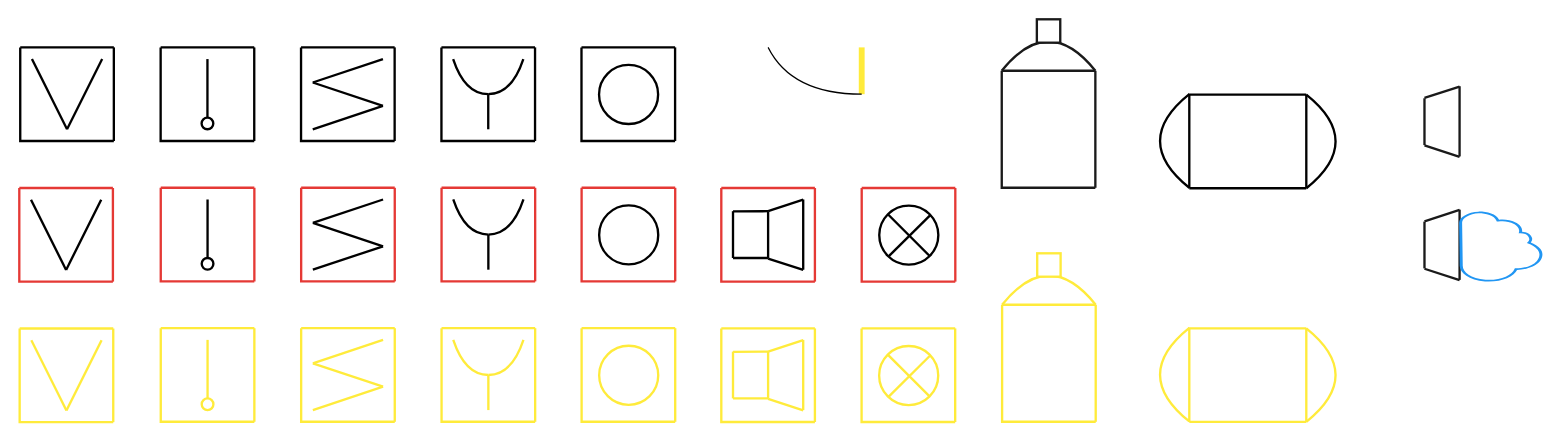
This is Диаграмма без названия.drawio from dashkova/datagrams, a draw.io file, before an edit. Source tidied: cells renumbered, new cells numbered last; positions are measured from the earlier drawing's top-left corner, leaving out a move shared by most shapes. Both pictures are drawn from the tidied source at 117%, with x=0, y=0 at pixel (19, 12).
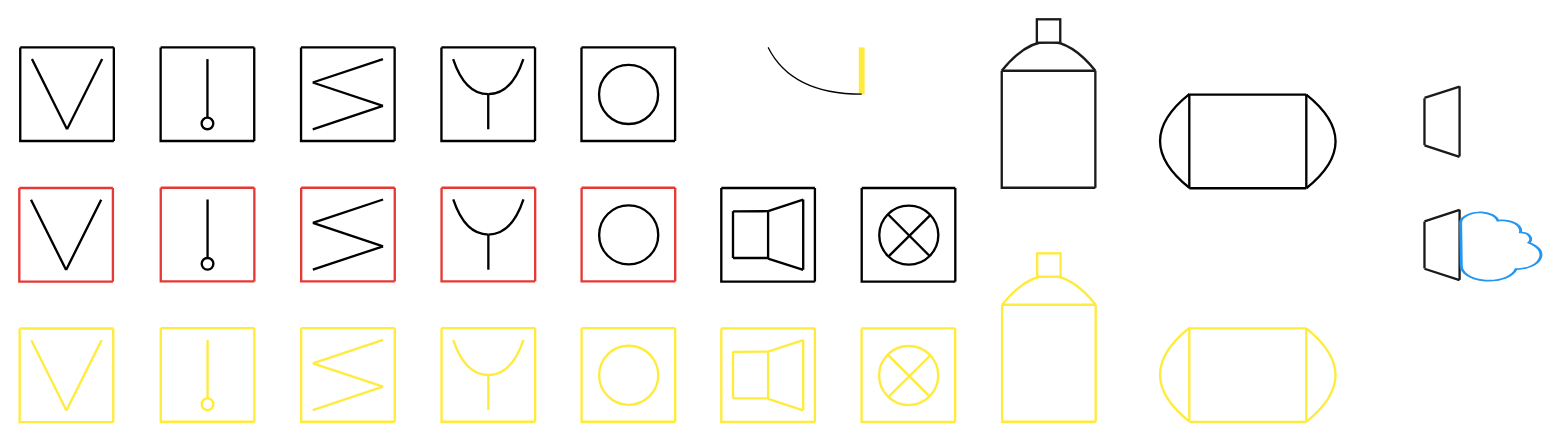
Above is the later version.

What changed in the source:
```diff
@@
-    <mxCell id="30" style="endArrow=none;html=1;rounded=0;fontSize=12;startSize=8;endSize=8;curved=1;strokeWidth=2;strokeColor=#E53935;" parent="1" edge="1">
+    <mxCell id="30" style="endArrow=none;html=1;rounded=0;fontSize=12;startSize=8;endSize=8;curved=1;strokeWidth=2;strokeColor=#000000;" parent="1" edge="1">
       <mxGeometry relative="1" as="geometry">
         <mxPoint x="600" y="150.2" as="sourcePoint" />
         <mxPoint x="680" y="150.2" as="targetPoint" />
       </mxGeometry>
     </mxCell>
-    <mxCell id="31" style="endArrow=none;html=1;rounded=0;fontSize=12;startSize=8;endSize=8;curved=1;strokeWidth=2;strokeColor=#E53935;" parent="1" edge="1">
+    <mxCell id="31" style="endArrow=none;html=1;rounded=0;fontSize=12;startSize=8;endSize=8;curved=1;strokeWidth=2;strokeColor=#000000;" parent="1" edge="1">
       <mxGeometry relative="1" as="geometry">
         <mxPoint x="680" y="230.2" as="sourcePoint" />
         <mxPoint x="680" y="150.2" as="targetPoint" />
       </mxGeometry>
     </mxCell>
-    <mxCell id="32" style="endArrow=none;html=1;rounded=0;fontSize=12;startSize=8;endSize=8;strokeWidth=2;strokeColor=#E53935;" parent="1" edge="1">
+    <mxCell id="32" style="endArrow=none;html=1;rounded=0;fontSize=12;startSize=8;endSize=8;strokeWidth=2;strokeColor=#000000;" parent="1" edge="1">
       <mxGeometry relative="1" as="geometry">
         <mxPoint x="600" y="150.2" as="sourcePoint" />
         <mxPoint x="680" y="230.2" as="targetPoint" />
         <Array as="points">
           <mxPoint x="600" y="230.2" />
         </Array>
       </mxGeometry>
     </mxCell>
-    <mxCell id="33" style="endArrow=none;html=1;rounded=0;fontSize=12;startSize=8;endSize=8;curved=1;strokeWidth=2;" parent="1" edge="1">
+    <mxCell id="33" style="endArrow=none;html=1;rounded=0;fontSize=12;startSize=8;endSize=8;curved=1;strokeWidth=2;strokeColor=#000000;" parent="1" edge="1">
       <mxGeometry relative="1" as="geometry">
         <mxPoint x="610" y="210" as="sourcePoint" />
         <mxPoint x="610" y="170" as="targetPoint" />
       </mxGeometry>
     </mxCell>
-    <mxCell id="34" style="endArrow=none;html=1;rounded=0;fontSize=12;startSize=8;endSize=8;curved=1;strokeWidth=2;" parent="1" edge="1">
+    <mxCell id="34" style="endArrow=none;html=1;rounded=0;fontSize=12;startSize=8;endSize=8;curved=1;strokeWidth=2;strokeColor=#000000;" parent="1" edge="1">
       <mxGeometry relative="1" as="geometry">
         <mxPoint x="640" y="170" as="sourcePoint" />
         <mxPoint x="670" y="160.2" as="targetPoint" />
       </mxGeometry>
     </mxCell>
-    <mxCell id="35" style="endArrow=none;html=1;rounded=0;fontSize=12;startSize=8;endSize=8;curved=1;strokeWidth=2;" parent="1" edge="1">
+    <mxCell id="35" style="endArrow=none;html=1;rounded=0;fontSize=12;startSize=8;endSize=8;curved=1;strokeWidth=2;strokeColor=#000000;" parent="1" edge="1">
       <mxGeometry relative="1" as="geometry">
         <mxPoint x="640" y="170" as="sourcePoint" />
         <mxPoint x="610" y="170.2" as="targetPoint" />
       </mxGeometry>
     </mxCell>
-    <mxCell id="36" style="endArrow=none;html=1;rounded=0;fontSize=12;startSize=8;endSize=8;curved=1;strokeWidth=2;" parent="1" edge="1">
+    <mxCell id="36" style="endArrow=none;html=1;rounded=0;fontSize=12;startSize=8;endSize=8;curved=1;strokeWidth=2;strokeColor=#000000;" parent="1" edge="1">
       <mxGeometry relative="1" as="geometry">
         <mxPoint x="640" y="210" as="sourcePoint" />
         <mxPoint x="610" y="210" as="targetPoint" />
       </mxGeometry>
     </mxCell>
-    <mxCell id="37" style="endArrow=none;html=1;rounded=0;fontSize=12;startSize=8;endSize=8;curved=1;strokeWidth=2;" parent="1" edge="1">
+    <mxCell id="37" style="endArrow=none;html=1;rounded=0;fontSize=12;startSize=8;endSize=8;curved=1;strokeWidth=2;strokeColor=#000000;" parent="1" edge="1">
       <mxGeometry relative="1" as="geometry">
         <mxPoint x="640" y="210.2" as="sourcePoint" />
         <mxPoint x="640" y="170.2" as="targetPoint" />
       </mxGeometry>
     </mxCell>
-    <mxCell id="38" style="endArrow=none;html=1;rounded=0;fontSize=12;startSize=8;endSize=8;curved=1;strokeWidth=2;" parent="1" edge="1">
+    <mxCell id="38" style="endArrow=none;html=1;rounded=0;fontSize=12;startSize=8;endSize=8;curved=1;strokeWidth=2;strokeColor=#000000;" parent="1" edge="1">
       <mxGeometry relative="1" as="geometry">
         <mxPoint x="640" y="210.5" as="sourcePoint" />
         <mxPoint x="670" y="220.2" as="targetPoint" />
       </mxGeometry>
     </mxCell>
-    <mxCell id="39" style="endArrow=none;html=1;rounded=0;fontSize=12;startSize=8;endSize=8;curved=1;strokeWidth=2;" parent="1" edge="1">
+    <mxCell id="39" style="endArrow=none;html=1;rounded=0;fontSize=12;startSize=8;endSize=8;curved=1;strokeWidth=2;strokeColor=#000000;" parent="1" edge="1">
       <mxGeometry relative="1" as="geometry">
         <mxPoint x="670" y="220" as="sourcePoint" />
         <mxPoint x="670" y="160" as="targetPoint" />
       </mxGeometry>
     </mxCell>
-    <mxCell id="40" style="endArrow=none;html=1;rounded=0;fontSize=12;startSize=8;endSize=8;curved=1;strokeWidth=2;strokeColor=#E53935;" parent="1" edge="1">
+    <mxCell id="40" style="endArrow=none;html=1;rounded=0;fontSize=12;startSize=8;endSize=8;curved=1;strokeWidth=2;strokeColor=#000000;" parent="1" edge="1">
       <mxGeometry relative="1" as="geometry">
         <mxPoint x="720" y="150.2" as="sourcePoint" />
         <mxPoint x="800" y="150.2" as="targetPoint" />
       </mxGeometry>
     </mxCell>
-    <mxCell id="41" style="endArrow=none;html=1;rounded=0;fontSize=12;startSize=8;endSize=8;curved=1;strokeWidth=2;strokeColor=#E53935;" parent="1" edge="1">
+    <mxCell id="41" style="endArrow=none;html=1;rounded=0;fontSize=12;startSize=8;endSize=8;curved=1;strokeWidth=2;strokeColor=#000000;" parent="1" edge="1">
       <mxGeometry relative="1" as="geometry">
         <mxPoint x="800" y="230.2" as="sourcePoint" />
         <mxPoint x="800" y="150.2" as="targetPoint" />
       </mxGeometry>
     </mxCell>
-    <mxCell id="42" style="endArrow=none;html=1;rounded=0;fontSize=12;startSize=8;endSize=8;strokeWidth=2;strokeColor=#E53935;" parent="1" edge="1">
+    <mxCell id="42" style="endArrow=none;html=1;rounded=0;fontSize=12;startSize=8;endSize=8;strokeWidth=2;strokeColor=#000000;" parent="1" edge="1">
       <mxGeometry relative="1" as="geometry">
         <mxPoint x="720" y="150.2" as="sourcePoint" />
         <mxPoint x="800" y="230.2" as="targetPoint" />
         <Array as="points">
           <mxPoint x="720" y="230.2" />
         </Array>
       </mxGeometry>
     </mxCell>
-    <mxCell id="43" style="ellipse;whiteSpace=wrap;html=1;fontSize=16;strokeWidth=2;" parent="1" vertex="1">
+    <mxCell id="43" style="ellipse;whiteSpace=wrap;html=1;fontSize=16;strokeWidth=2;strokeColor=#000000;" parent="1" vertex="1">
       <mxGeometry x="735" y="165.2" width="50.5" height="50.5" as="geometry" />
     </mxCell>
-    <mxCell id="44" style="endArrow=none;html=1;rounded=0;fontSize=12;startSize=8;endSize=8;curved=1;entryX=0;entryY=0;entryDx=0;entryDy=0;exitX=1;exitY=1;exitDx=0;exitDy=0;strokeWidth=2;" parent="1" edge="1" source="43" target="43">
+    <mxCell id="44" style="endArrow=none;html=1;rounded=0;fontSize=12;startSize=8;endSize=8;curved=1;entryX=0;entryY=0;entryDx=0;entryDy=0;exitX=1;exitY=1;exitDx=0;exitDy=0;strokeWidth=2;strokeColor=#000000;" parent="1" edge="1" source="43" target="43">
       <mxGeometry relative="1" as="geometry" />
     </mxCell>
-    <mxCell id="45" style="endArrow=none;html=1;rounded=0;fontSize=12;startSize=8;endSize=8;curved=1;entryX=0.158;entryY=0.861;entryDx=0;entryDy=0;exitX=0.864;exitY=0.161;exitDx=0;exitDy=0;exitPerimeter=0;entryPerimeter=0;strokeWidth=2;" parent="1" edge="1" source="43" target="43">
+    <mxCell id="45" style="endArrow=none;html=1;rounded=0;fontSize=12;startSize=8;endSize=8;curved=1;entryX=0.158;entryY=0.861;entryDx=0;entryDy=0;exitX=0.864;exitY=0.161;exitDx=0;exitDy=0;exitPerimeter=0;entryPerimeter=0;strokeWidth=2;strokeColor=#000000;" parent="1" edge="1" source="43" target="43">
       <mxGeometry relative="1" as="geometry" />
     </mxCell>
```
